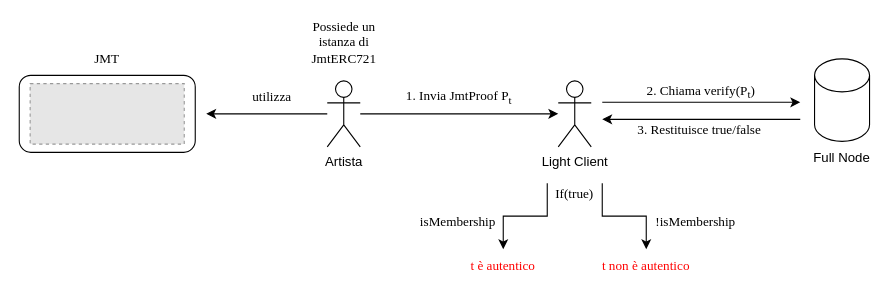
pietro-celati/Jellyfish-Merkle-Tree keeps this draw.io diagram as interaction.drawio. Above is the earlier version. Source tidied: cells renumbered, new cells numbered last; positions are measured from the earlier drawing's top-left corner, leaving out a move shared by most shapes. Both pictures are drawn from the tidied source at 110%, with x=0, y=0 at pixel (19, 25). Pictures stored in the file or linked from it are replaced by grey dashed boxes.
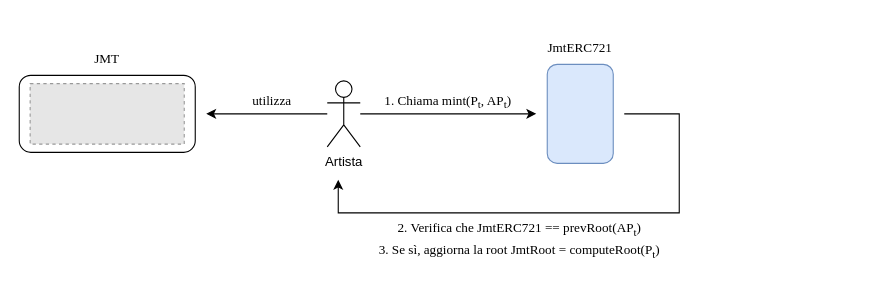
After the change.

Unchanged cells that the change refers to:
```xml
<mxCell id="2" value="Artista&lt;div&gt;&lt;br&gt;&lt;/div&gt;" style="shape=umlActor;verticalLabelPosition=bottom;verticalAlign=top;html=1;outlineConnect=0;" parent="1" vertex="1">
  <mxGeometry x="280" y="50" width="30" height="60" as="geometry" />
</mxCell>
```

What changed in the source:
```diff
@@
-    <mxCell id="3" value="Light Client&lt;div&gt;&lt;br&gt;&lt;/div&gt;" style="shape=umlActor;verticalLabelPosition=bottom;verticalAlign=top;html=1;outlineConnect=0;" parent="1" vertex="1">
-      <mxGeometry x="490" y="50" width="30" height="60" as="geometry" />
-    </mxCell>
@@
     <mxCell id="5" value="utilizza" style="text;html=1;align=center;verticalAlign=middle;whiteSpace=wrap;rounded=0;fontFamily=Times New Roman;" parent="1" vertex="1">
-      <mxGeometry x="200" y="50" width="60" height="30" as="geometry" />
+      <mxGeometry x="200" y="53" width="60" height="30" as="geometry" />
     </mxCell>
@@
-    <mxCell id="10" value="Possiede un istanza di JmtERC721" style="text;html=1;align=center;verticalAlign=middle;whiteSpace=wrap;rounded=0;fontFamily=Times New Roman;" parent="1" vertex="1">
-      <mxGeometry x="252.5" width="85" height="30" as="geometry" />
-    </mxCell>
-    <mxCell id="11" style="endArrow=classic;html=1;rounded=0;" parent="1" edge="1" source="2" target="3">
-      <mxGeometry relative="1" as="geometry" />
+    <mxCell id="11" style="endArrow=classic;html=1;rounded=0;" parent="1" edge="1" source="2">
+      <mxGeometry relative="1" as="geometry">
+        <mxPoint x="470" y="80" as="targetPoint" />
+      </mxGeometry>
     </mxCell>
-    <mxCell id="12" value="1. Invia JmtProof P&lt;sub&gt;t&lt;/sub&gt;" style="text;html=1;align=center;verticalAlign=middle;whiteSpace=wrap;rounded=0;fontFamily=Times New Roman;" parent="1" vertex="1">
-      <mxGeometry x="340" y="50" width="120" height="30" as="geometry" />
-    </mxCell>
-    <mxCell id="13" style="shape=cylinder3;whiteSpace=wrap;html=1;boundedLbl=1;backgroundOutline=1;size=15;" parent="1" vertex="1">
-      <mxGeometry x="723" y="30" width="50" height="75" as="geometry" />
-    </mxCell>
-    <mxCell id="14" value="Full Node" style="text;html=1;align=center;verticalAlign=middle;whiteSpace=wrap;rounded=0;" parent="1" vertex="1">
-      <mxGeometry x="718" y="105" width="60" height="30" as="geometry" />
-    </mxCell>
-    <mxCell id="15" style="endArrow=classic;html=1;rounded=0;" parent="1" edge="1">
-      <mxGeometry relative="1" as="geometry">
-        <mxPoint x="530" y="69.5" as="sourcePoint" />
-        <mxPoint x="710" y="69.5" as="targetPoint" />
-      </mxGeometry>
-    </mxCell>
-    <mxCell id="16" value="2. Chiama verify(P&lt;sub&gt;t&lt;/sub&gt;)" style="text;html=1;align=center;verticalAlign=middle;whiteSpace=wrap;rounded=0;fontFamily=Times New Roman;" parent="1" vertex="1">
-      <mxGeometry x="560" y="45" width="120" height="30" as="geometry" />
-    </mxCell>
-    <mxCell id="17" style="endArrow=classic;html=1;rounded=0;" parent="1" edge="1">
-      <mxGeometry relative="1" as="geometry">
-        <mxPoint x="710" y="85" as="sourcePoint" />
-        <mxPoint x="530" y="85" as="targetPoint" />
-      </mxGeometry>
-    </mxCell>
-    <mxCell id="18" value="3. Restituisce true/false&amp;nbsp;" style="text;html=1;align=center;verticalAlign=middle;whiteSpace=wrap;rounded=0;fontFamily=Times New Roman;" parent="1" vertex="1">
-      <mxGeometry x="550" y="80" width="140" height="30" as="geometry" />
-    </mxCell>
-    <mxCell id="19" style="group;" parent="1" vertex="1">
-      <mxGeometry x="354" y="138" width="306" height="95" as="geometry" />
-    </mxCell>
-    <mxCell id="20" style="endArrow=classic;html=1;rounded=0;" parent="19" edge="1">
-      <mxGeometry relative="1" as="geometry">
-        <mxPoint x="126" y="5" as="sourcePoint" />
-        <mxPoint x="86" y="65" as="targetPoint" />
-        <Array as="points">
-          <mxPoint x="126" y="35" />
-          <mxPoint x="86" y="35" />
-        </Array>
-      </mxGeometry>
-    </mxCell>
-    <mxCell id="21" value="isMembership" style="text;html=1;align=center;verticalAlign=middle;whiteSpace=wrap;rounded=0;fontFamily=Times New Roman;" parent="19" vertex="1">
-      <mxGeometry y="25" width="90" height="30" as="geometry" />
-    </mxCell>
-    <mxCell id="22" value="If(true)" style="text;html=1;align=center;verticalAlign=middle;whiteSpace=wrap;rounded=0;fontFamily=Times New Roman;" parent="19" vertex="1">
-      <mxGeometry x="121" width="60" height="30" as="geometry" />
-    </mxCell>
-    <mxCell id="23" value="t è autentico" style="text;html=1;align=center;verticalAlign=middle;whiteSpace=wrap;rounded=0;fontColor=#FF0000;fontFamily=Times New Roman;" parent="19" vertex="1">
-      <mxGeometry x="46" y="65" width="80" height="30" as="geometry" />
-    </mxCell>
-    <mxCell id="24" style="endArrow=classic;html=1;rounded=0;" parent="19" edge="1">
-      <mxGeometry relative="1" as="geometry">
-        <mxPoint x="176" y="5" as="sourcePoint" />
-        <mxPoint x="216" y="65" as="targetPoint" />
-        <Array as="points">
-          <mxPoint x="176" y="35" />
-          <mxPoint x="216" y="35" />
-        </Array>
-      </mxGeometry>
-    </mxCell>
-    <mxCell id="25" value="&lt;font face=&quot;Times New Roman&quot;&gt;!isMembership&lt;/font&gt;" style="text;html=1;align=center;verticalAlign=middle;whiteSpace=wrap;rounded=0;" parent="19" vertex="1">
-      <mxGeometry x="216" y="25" width="90" height="30" as="geometry" />
-    </mxCell>
-    <mxCell id="26" value="t non è autentico" style="text;html=1;align=center;verticalAlign=middle;whiteSpace=wrap;rounded=0;fontColor=#FF0000;fontFamily=Times New Roman;" parent="19" vertex="1">
-      <mxGeometry x="166" y="65" width="100" height="30" as="geometry" />
-    </mxCell>
+    <mxCell id="27" style="rounded=1;whiteSpace=wrap;html=1;fillColor=#dae8fc;strokeColor=#6c8ebf;" parent="1" vertex="1">
+      <mxGeometry x="480" y="35" width="60" height="90" as="geometry" />
+    </mxCell>
+    <mxCell id="28" value="JmtERC721" style="text;html=1;align=center;verticalAlign=middle;whiteSpace=wrap;rounded=0;fontFamily=Times New Roman;" parent="1" vertex="1">
+      <mxGeometry x="480" y="5" width="60" height="30" as="geometry" />
+    </mxCell>
+    <mxCell id="29" value="1. Chiama mint(P&lt;sub&gt;t&lt;/sub&gt;, AP&lt;sub&gt;t&lt;/sub&gt;)" style="text;html=1;align=center;verticalAlign=middle;whiteSpace=wrap;rounded=0;fontFamily=Times New Roman;" parent="1" vertex="1">
+      <mxGeometry x="330" y="54" width="120" height="30" as="geometry" />
+    </mxCell>
+    <mxCell id="30" style="endArrow=classic;html=1;rounded=0;" parent="1" edge="1">
+      <mxGeometry relative="1" as="geometry">
+        <mxPoint x="550" y="80" as="sourcePoint" />
+        <mxPoint x="290" y="140" as="targetPoint" />
+        <Array as="points">
+          <mxPoint x="600" y="80" />
+          <mxPoint x="600" y="170" />
+          <mxPoint x="290" y="170" />
+        </Array>
+      </mxGeometry>
+    </mxCell>
+    <mxCell id="31" value="2. Verifica che JmtERC721 == prevRoot(AP&lt;sub&gt;t&lt;/sub&gt;)" style="text;html=1;align=center;verticalAlign=middle;whiteSpace=wrap;rounded=0;fontFamily=Times New Roman;" parent="1" vertex="1">
+      <mxGeometry x="340" y="170" width="230" height="30" as="geometry" />
+    </mxCell>
+    <mxCell id="32" value="3. Se sì, aggiorna la root JmtRoot = computeRoot(P&lt;sub&gt;t&lt;/sub&gt;)" style="text;html=1;align=center;verticalAlign=middle;whiteSpace=wrap;rounded=0;fontFamily=Times New Roman;" parent="1" vertex="1">
+      <mxGeometry x="320" y="190" width="270" height="30" as="geometry" />
+    </mxCell>
```
